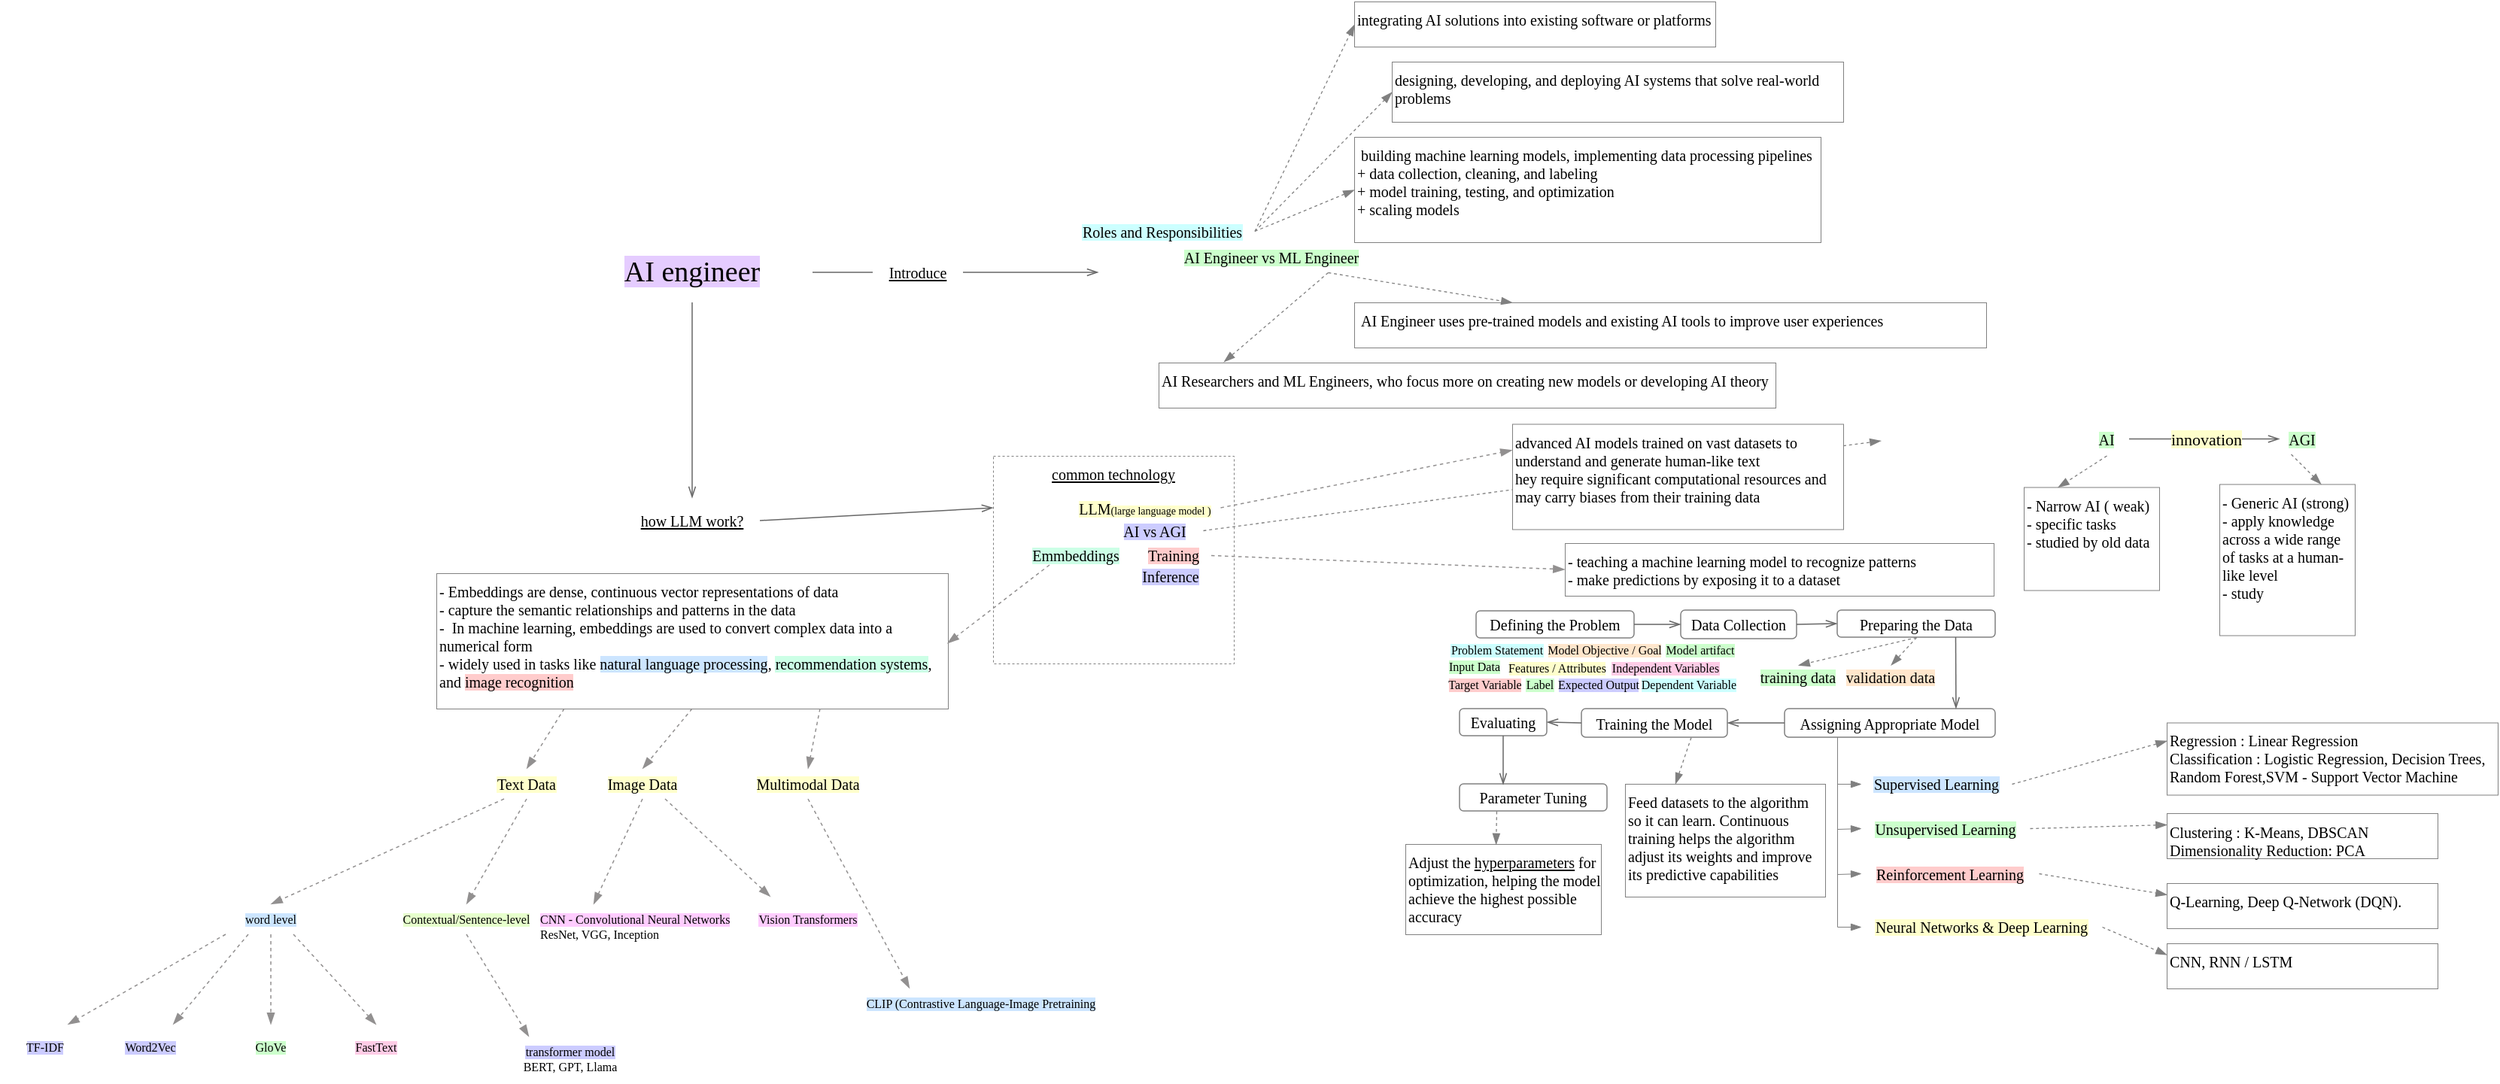
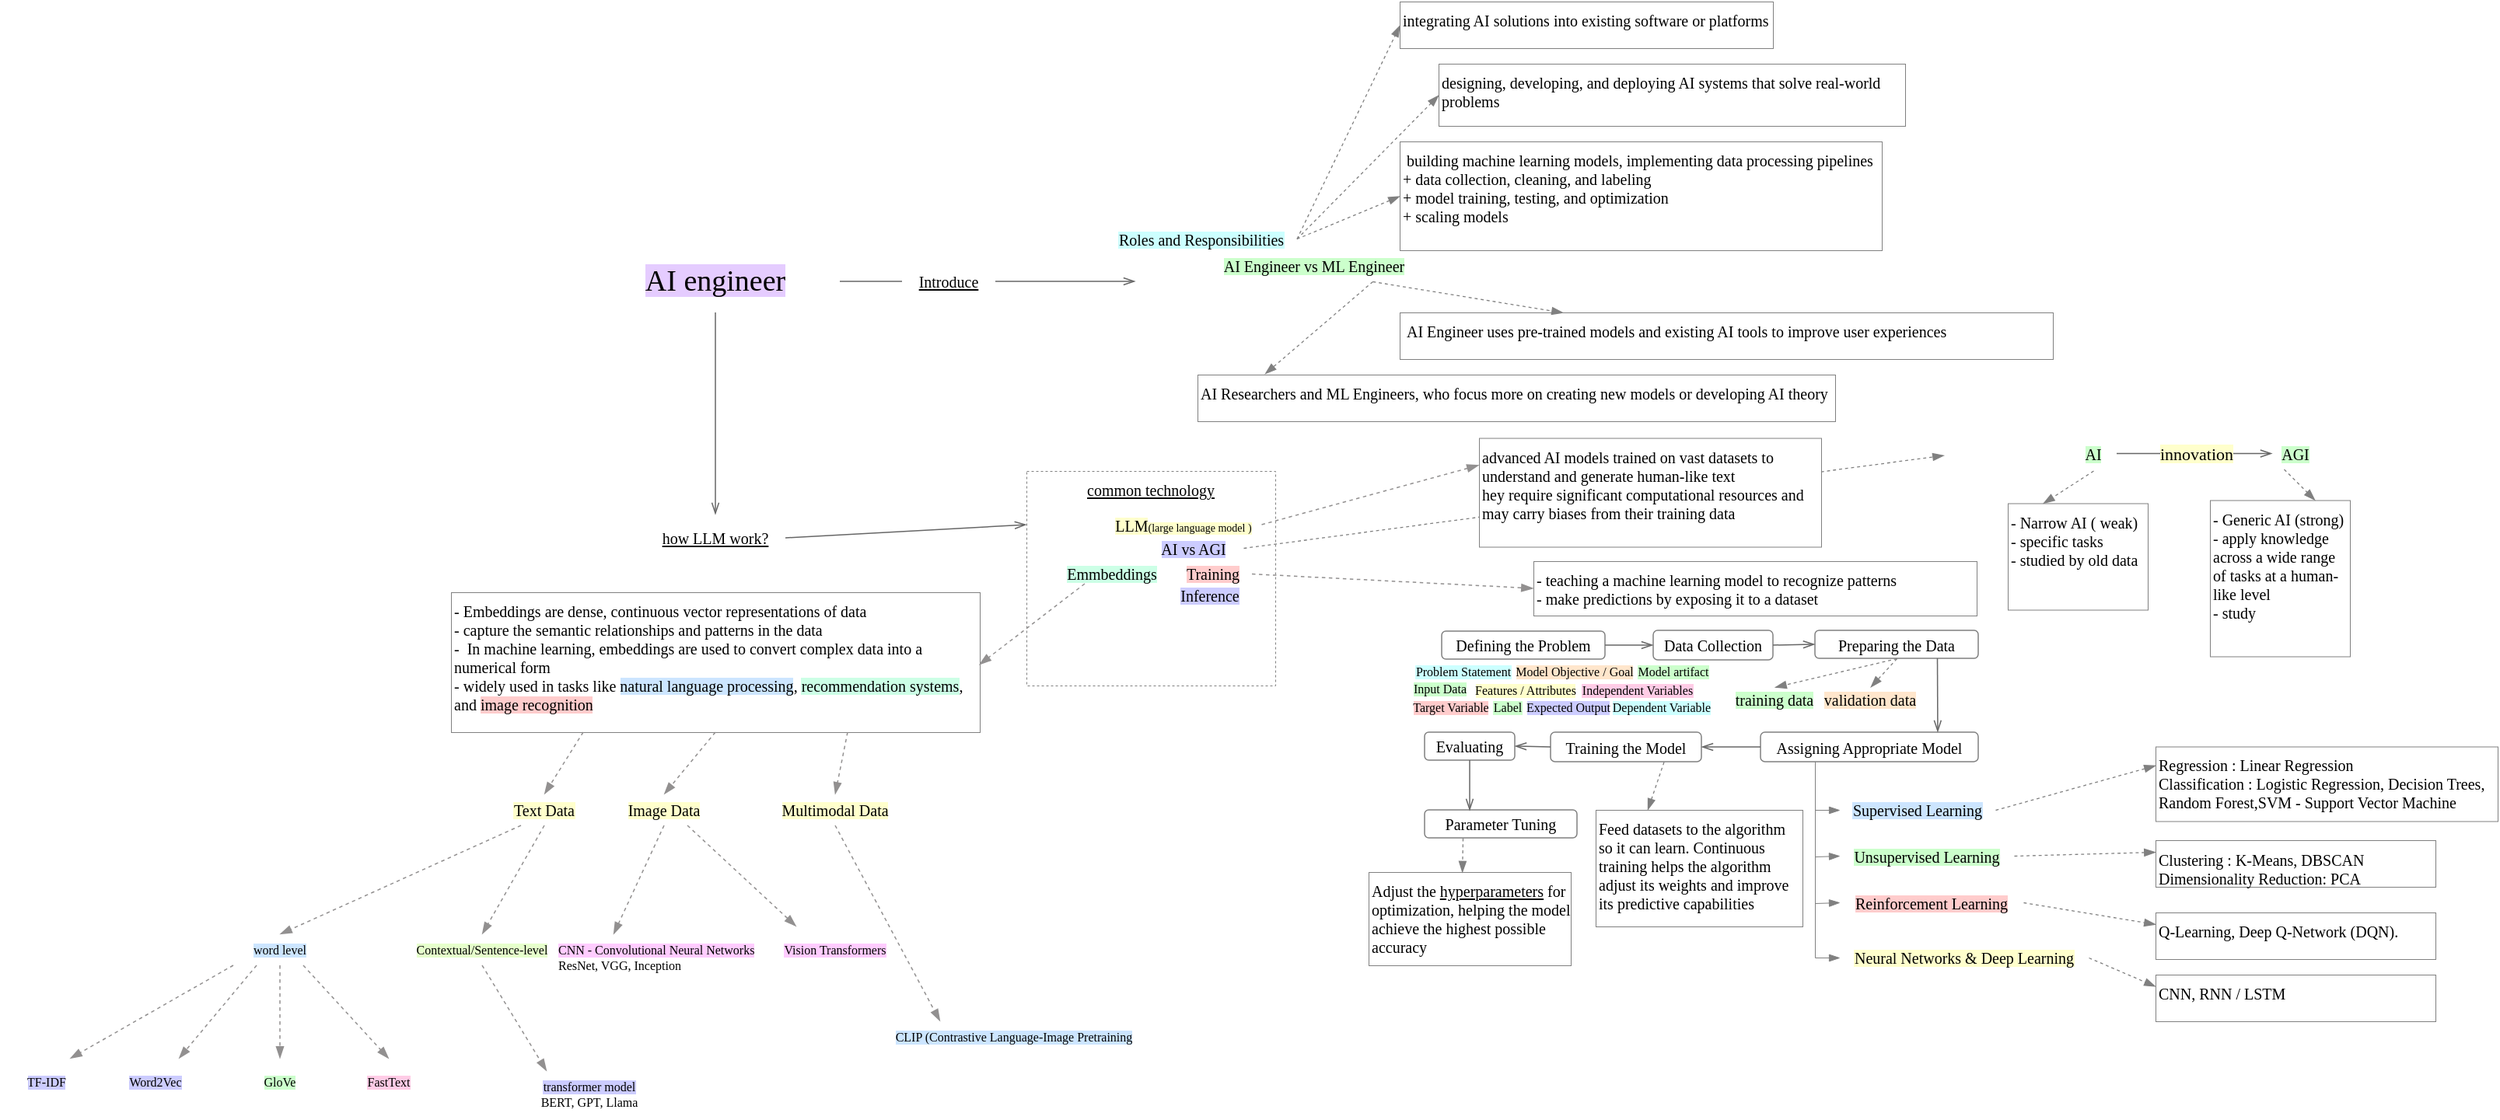
<mxfile host="app.diagrams.net" agent="Mozilla/5.0 (Macintosh; Intel Mac OS X 10_15_7) AppleWebKit/537.36 (KHTML, like Gecko) draw.io/29.3.0 Chrome/140.0.7339.249 Electron/38.7.2 Safari/537.36">
  <diagram name="Page-1" id="n3nyEJ4kgbD7jWuKOy95">
-     <mxGraphModel dx="1141" dy="533" grid="1" gridSize="10" guides="1" tooltips="1" connect="1" arrows="1" fold="1" page="1" pageScale="1" pageWidth="827" pageHeight="1169" math="0" shadow="0">
+     <mxGraphModel dx="1922" dy="897" grid="1" gridSize="10" guides="1" tooltips="1" connect="1" arrows="1" fold="1" page="1" pageScale="1" pageWidth="827" pageHeight="1169" math="0" shadow="0">
      <root>
        <mxCell id="0" />
        <mxCell id="1" parent="0" />
        <mxCell id="48Jv2C9wjBzbgeSbcpPr-1" parent="1" style="text;html=1;whiteSpace=wrap;strokeColor=none;fillColor=none;align=center;verticalAlign=middle;rounded=0;fontFamily=Comic Sans MS;fontSize=19;" value="&lt;span style=&quot;background-color: rgb(229, 204, 255);&quot;&gt;AI engineer&lt;/span&gt;" vertex="1">
          <mxGeometry height="40" width="160" x="400" y="360" as="geometry" />
        </mxCell>
        <mxCell id="48Jv2C9wjBzbgeSbcpPr-3" parent="1" style="text;html=1;whiteSpace=wrap;strokeColor=none;fillColor=none;align=center;verticalAlign=middle;rounded=0;fontFamily=Comic Sans MS;fontSize=10;fontStyle=4" value="how LLM work?" vertex="1">
          <mxGeometry height="30" width="90" x="435" y="530" as="geometry" />
        </mxCell>
        <mxCell id="48Jv2C9wjBzbgeSbcpPr-6" edge="1" parent="1" source="48Jv2C9wjBzbgeSbcpPr-1" style="endArrow=openThin;html=1;rounded=0;strokeWidth=0.75;endFill=0;strokeColor=#666666;exitX=0.5;exitY=1;exitDx=0;exitDy=0;entryX=0.5;entryY=0;entryDx=0;entryDy=0;fontFamily=Comic Sans MS;" target="48Jv2C9wjBzbgeSbcpPr-3" value="">
          <mxGeometry height="50" relative="1" width="50" as="geometry">
            <mxPoint x="390" y="450" as="sourcePoint" />
            <mxPoint x="440" y="400" as="targetPoint" />
          </mxGeometry>
        </mxCell>
        <mxCell id="48Jv2C9wjBzbgeSbcpPr-8" parent="1" style="text;html=1;whiteSpace=wrap;strokeColor=none;fillColor=none;align=center;verticalAlign=middle;rounded=0;fontFamily=Comic Sans MS;fontSize=10;fontStyle=4" value="Introduce" vertex="1">
          <mxGeometry height="30" width="60" x="600" y="365" as="geometry" />
        </mxCell>
        <mxCell id="48Jv2C9wjBzbgeSbcpPr-9" edge="1" parent="1" source="48Jv2C9wjBzbgeSbcpPr-1" style="endArrow=none;html=1;rounded=0;strokeWidth=0.75;endFill=0;strokeColor=#666666;entryX=0;entryY=0.5;entryDx=0;entryDy=0;exitX=1;exitY=0.5;exitDx=0;exitDy=0;fontFamily=Comic Sans MS;" target="48Jv2C9wjBzbgeSbcpPr-8" value="">
          <mxGeometry height="50" relative="1" width="50" as="geometry">
            <mxPoint x="390" y="450" as="sourcePoint" />
            <mxPoint x="440" y="400" as="targetPoint" />
          </mxGeometry>
        </mxCell>
        <mxCell id="48Jv2C9wjBzbgeSbcpPr-11" edge="1" parent="1" source="48Jv2C9wjBzbgeSbcpPr-8" style="endArrow=openThin;html=1;rounded=0;strokeWidth=0.75;endFill=0;strokeColor=#666666;exitX=1;exitY=0.5;exitDx=0;exitDy=0;fontFamily=Comic Sans MS;" value="">
          <mxGeometry height="50" relative="1" width="50" as="geometry">
            <mxPoint x="590" y="450" as="sourcePoint" />
            <mxPoint x="750" y="380" as="targetPoint" />
          </mxGeometry>
        </mxCell>
        <mxCell id="48Jv2C9wjBzbgeSbcpPr-13" parent="1" style="text;html=1;whiteSpace=wrap;strokeColor=none;fillColor=none;align=center;verticalAlign=middle;rounded=0;fontFamily=Comic Sans MS;fontSize=10;" value="&lt;div&gt;&lt;span style=&quot;background-color: rgb(204, 255, 255);&quot;&gt;Roles and Responsibilities&lt;/span&gt;&lt;/div&gt;" vertex="1">
          <mxGeometry height="15" width="122.5" x="731.25" y="345" as="geometry" />
        </mxCell>
        <mxCell id="48Jv2C9wjBzbgeSbcpPr-14" parent="1" style="rounded=0;whiteSpace=wrap;html=1;fontFamily=Comic Sans MS;strokeWidth=0.5;strokeColor=#808080;align=left;verticalAlign=top;fontSize=10;" value="designing, developing, and deploying AI systems that solve real-world problems" vertex="1">
          <mxGeometry height="40" width="300" x="945" y="240" as="geometry" />
        </mxCell>
        <mxCell id="48Jv2C9wjBzbgeSbcpPr-15" parent="1" style="rounded=0;whiteSpace=wrap;html=1;fontFamily=Comic Sans MS;strokeWidth=0.5;strokeColor=#808080;align=left;verticalAlign=top;fontSize=10;" value="&amp;nbsp;building machine learning models, implementing data processing pipelines&lt;div&gt;+&amp;nbsp;data collection, cleaning, and labeling&lt;/div&gt;&lt;div&gt;+&amp;nbsp;model training, testing, and optimization&lt;/div&gt;&lt;div&gt;+&amp;nbsp;scaling models&lt;/div&gt;" vertex="1">
          <mxGeometry height="70" width="310" x="920" y="290" as="geometry" />
        </mxCell>
        <mxCell id="48Jv2C9wjBzbgeSbcpPr-16" parent="1" style="rounded=0;whiteSpace=wrap;html=1;fontFamily=Comic Sans MS;strokeWidth=0.5;strokeColor=#808080;align=left;verticalAlign=top;fontSize=10;" value="integrating AI solutions into existing software or platforms" vertex="1">
          <mxGeometry height="30" width="240" x="920" y="200" as="geometry" />
        </mxCell>
        <mxCell id="48Jv2C9wjBzbgeSbcpPr-17" edge="1" parent="1" source="48Jv2C9wjBzbgeSbcpPr-13" style="endArrow=blockThin;html=1;rounded=0;strokeColor=#808080;endFill=1;strokeWidth=0.65;exitX=1;exitY=0.5;exitDx=0;exitDy=0;entryX=0;entryY=0.5;entryDx=0;entryDy=0;dashed=1;fontFamily=Comic Sans MS;" target="48Jv2C9wjBzbgeSbcpPr-15" value="">
          <mxGeometry height="50" relative="1" width="50" as="geometry">
            <mxPoint x="945" y="330" as="sourcePoint" />
            <mxPoint x="920" y="290" as="targetPoint" />
          </mxGeometry>
        </mxCell>
        <mxCell id="48Jv2C9wjBzbgeSbcpPr-18" edge="1" parent="1" source="48Jv2C9wjBzbgeSbcpPr-13" style="endArrow=blockThin;html=1;rounded=0;strokeColor=#808080;endFill=1;strokeWidth=0.65;exitX=1;exitY=0.5;exitDx=0;exitDy=0;entryX=0;entryY=0.5;entryDx=0;entryDy=0;dashed=1;fontFamily=Comic Sans MS;" target="48Jv2C9wjBzbgeSbcpPr-14" value="">
          <mxGeometry height="50" relative="1" width="50" as="geometry">
            <mxPoint x="945" y="330" as="sourcePoint" />
            <mxPoint x="920" y="290" as="targetPoint" />
          </mxGeometry>
        </mxCell>
        <mxCell id="48Jv2C9wjBzbgeSbcpPr-19" edge="1" parent="1" source="48Jv2C9wjBzbgeSbcpPr-13" style="endArrow=blockThin;html=1;rounded=0;strokeColor=#808080;endFill=1;strokeWidth=0.65;exitX=1;exitY=0.5;exitDx=0;exitDy=0;entryX=0;entryY=0.5;entryDx=0;entryDy=0;dashed=1;fontFamily=Comic Sans MS;" target="48Jv2C9wjBzbgeSbcpPr-16" value="">
          <mxGeometry height="50" relative="1" width="50" as="geometry">
            <mxPoint x="945" y="330" as="sourcePoint" />
            <mxPoint x="920" y="290" as="targetPoint" />
          </mxGeometry>
        </mxCell>
        <mxCell id="48Jv2C9wjBzbgeSbcpPr-20" parent="1" style="text;html=1;whiteSpace=wrap;strokeColor=none;fillColor=none;align=center;verticalAlign=middle;rounded=0;fontFamily=Comic Sans MS;fontSize=10;" value="&lt;span style=&quot;background-color: rgb(204, 255, 204);&quot;&gt;AI Engineer vs ML Engineer&lt;/span&gt;" vertex="1">
          <mxGeometry height="20" width="150" x="790" y="360" as="geometry" />
        </mxCell>
        <mxCell id="48Jv2C9wjBzbgeSbcpPr-21" parent="1" style="rounded=0;whiteSpace=wrap;html=1;fontFamily=Comic Sans MS;strokeWidth=0.5;strokeColor=#808080;align=left;verticalAlign=top;fontSize=10;" value="&amp;nbsp;AI Engineer uses pre-trained models and existing AI tools to improve user experiences" vertex="1">
          <mxGeometry height="30" width="420" x="920" y="400" as="geometry" />
        </mxCell>
        <mxCell id="48Jv2C9wjBzbgeSbcpPr-22" parent="1" style="rounded=0;whiteSpace=wrap;html=1;fontFamily=Comic Sans MS;strokeWidth=0.5;strokeColor=#808080;align=left;verticalAlign=top;fontSize=10;" value="AI Researchers and ML Engineers, who focus more on creating new models or developing AI theory" vertex="1">
          <mxGeometry height="30" width="410" x="790" y="440" as="geometry" />
        </mxCell>
        <mxCell id="48Jv2C9wjBzbgeSbcpPr-23" edge="1" parent="1" source="48Jv2C9wjBzbgeSbcpPr-20" style="endArrow=blockThin;html=1;rounded=0;strokeColor=#808080;endFill=1;strokeWidth=0.65;exitX=0.75;exitY=1;exitDx=0;exitDy=0;entryX=0.25;entryY=0;entryDx=0;entryDy=0;dashed=1;fontFamily=Comic Sans MS;" target="48Jv2C9wjBzbgeSbcpPr-21" value="">
          <mxGeometry height="50" relative="1" width="50" as="geometry">
            <mxPoint x="705" y="330" as="sourcePoint" />
            <mxPoint x="680" y="290" as="targetPoint" />
          </mxGeometry>
        </mxCell>
        <mxCell id="48Jv2C9wjBzbgeSbcpPr-24" edge="1" parent="1" source="48Jv2C9wjBzbgeSbcpPr-20" style="endArrow=blockThin;html=1;rounded=0;strokeColor=#808080;endFill=1;strokeWidth=0.65;exitX=0.75;exitY=1;exitDx=0;exitDy=0;entryX=0.105;entryY=-0.017;entryDx=0;entryDy=0;dashed=1;entryPerimeter=0;fontFamily=Comic Sans MS;" target="48Jv2C9wjBzbgeSbcpPr-22" value="">
          <mxGeometry height="50" relative="1" width="50" as="geometry">
            <mxPoint x="705" y="330" as="sourcePoint" />
            <mxPoint x="680" y="290" as="targetPoint" />
          </mxGeometry>
        </mxCell>
        <mxCell id="48Jv2C9wjBzbgeSbcpPr-25" parent="1" style="rounded=0;whiteSpace=wrap;html=1;fontFamily=Comic Sans MS;strokeWidth=0.5;strokeColor=#808080;align=center;verticalAlign=top;fontSize=10;dashed=1;" value="&lt;u&gt;common technology&lt;/u&gt;&lt;div&gt;&lt;br&gt;&lt;/div&gt;" vertex="1">
          <mxGeometry height="138" width="160" x="680" y="502" as="geometry" />
        </mxCell>
        <mxCell id="48Jv2C9wjBzbgeSbcpPr-27" parent="1" style="text;html=1;whiteSpace=wrap;strokeColor=none;fillColor=none;align=center;verticalAlign=middle;rounded=0;fontFamily=Comic Sans MS;fontSize=10;" value="&lt;span&gt;&lt;span style=&quot;background-color: light-dark(rgb(204, 204, 255), rgb(0, 43, 0));&quot;&gt;AI vs AGI&lt;/span&gt;&lt;br&gt;&lt;/span&gt;" vertex="1">
          <mxGeometry height="10" width="65" x="754.5" y="546.5" as="geometry" />
        </mxCell>
        <mxCell id="48Jv2C9wjBzbgeSbcpPr-28" edge="1" parent="1" source="48Jv2C9wjBzbgeSbcpPr-3" style="endArrow=openThin;html=1;rounded=0;strokeWidth=0.75;endFill=0;strokeColor=#666666;exitX=1;exitY=0.5;exitDx=0;exitDy=0;entryX=0;entryY=0.25;entryDx=0;entryDy=0;fontFamily=Comic Sans MS;" target="48Jv2C9wjBzbgeSbcpPr-25" value="">
          <mxGeometry height="50" relative="1" width="50" as="geometry">
            <mxPoint x="670" y="630" as="sourcePoint" />
            <mxPoint x="720" y="580" as="targetPoint" />
          </mxGeometry>
        </mxCell>
        <mxCell id="48Jv2C9wjBzbgeSbcpPr-31" edge="1" parent="1" source="48Jv2C9wjBzbgeSbcpPr-27" style="endArrow=blockThin;html=1;rounded=0;strokeColor=#808080;endFill=1;strokeWidth=0.65;exitX=1;exitY=0.5;exitDx=0;exitDy=0;dashed=1;fontFamily=Comic Sans MS;entryX=0;entryY=0.5;entryDx=0;entryDy=0;" value="">
          <mxGeometry height="50" relative="1" width="50" as="geometry">
            <mxPoint x="810" y="536" as="sourcePoint" />
            <mxPoint x="1270" y="491.7500000000001" as="targetPoint" />
          </mxGeometry>
        </mxCell>
        <mxCell id="48Jv2C9wjBzbgeSbcpPr-32" parent="1" style="text;html=1;whiteSpace=wrap;strokeColor=none;fillColor=none;align=center;verticalAlign=middle;rounded=0;fontFamily=Comic Sans MS;fontSize=10;" value="&lt;span style=&quot;background-color: rgb(204, 255, 204);&quot;&gt;&lt;span style=&quot;background-color: light-dark(rgb(204, 255, 204), rgb(0, 43, 0));&quot;&gt;AI&lt;/span&gt;&lt;br&gt;&lt;/span&gt;" vertex="1">
-           <mxGeometry height="22" width="30" x="1405" y="479.75" as="geometry" />
+           <mxGeometry height="22" width="30" x="1351" y="479.75" as="geometry" />
        </mxCell>
        <mxCell id="48Jv2C9wjBzbgeSbcpPr-34" parent="1" style="text;html=1;whiteSpace=wrap;strokeColor=none;fillColor=none;align=center;verticalAlign=middle;rounded=0;fontFamily=Comic Sans MS;fontSize=10;" value="&lt;span style=&quot;background-color: rgb(204, 255, 204);&quot;&gt;AGI&lt;/span&gt;" vertex="1">
-           <mxGeometry height="20" width="30" x="1535" y="480.75" as="geometry" />
+           <mxGeometry height="20" width="30" x="1481" y="480.75" as="geometry" />
        </mxCell>
        <mxCell id="48Jv2C9wjBzbgeSbcpPr-35" edge="1" parent="1" source="48Jv2C9wjBzbgeSbcpPr-32" style="endArrow=openThin;html=1;rounded=0;strokeWidth=0.75;endFill=0;strokeColor=#666666;exitX=1;exitY=0.5;exitDx=0;exitDy=0;fontFamily=Comic Sans MS;" target="48Jv2C9wjBzbgeSbcpPr-34" value="">
          <mxGeometry height="50" relative="1" width="50" as="geometry">
-             <mxPoint x="1445" y="612.75" as="sourcePoint" />
-             <mxPoint x="1495" y="562.75" as="targetPoint" />
+             <mxPoint x="1391" y="612.75" as="sourcePoint" />
+             <mxPoint x="1441" y="562.75" as="targetPoint" />
          </mxGeometry>
        </mxCell>
        <mxCell id="48Jv2C9wjBzbgeSbcpPr-36" connectable="0" parent="48Jv2C9wjBzbgeSbcpPr-35" style="edgeLabel;html=1;align=center;verticalAlign=middle;resizable=0;points=[];fontFamily=Comic Sans MS;" value="&lt;span style=&quot;background-color: rgb(255, 255, 204);&quot;&gt;innovation&lt;/span&gt;" vertex="1">
          <mxGeometry relative="1" x="-0.312" as="geometry">
            <mxPoint x="16" as="offset" />
          </mxGeometry>
        </mxCell>
        <mxCell id="48Jv2C9wjBzbgeSbcpPr-37" parent="1" style="rounded=0;whiteSpace=wrap;html=1;fontFamily=Comic Sans MS;strokeWidth=0.5;strokeColor=#808080;align=left;verticalAlign=top;fontSize=10;" value="- Narrow AI ( weak)&lt;div&gt;-&amp;nbsp;specific tasks&lt;/div&gt;&lt;div&gt;- studied by old data&lt;/div&gt;" vertex="1">
-           <mxGeometry height="68.5" width="90" x="1365" y="522.75" as="geometry" />
+           <mxGeometry height="68.5" width="90" x="1311" y="522.75" as="geometry" />
        </mxCell>
        <mxCell id="48Jv2C9wjBzbgeSbcpPr-38" parent="1" style="rounded=0;whiteSpace=wrap;html=1;fontFamily=Comic Sans MS;strokeWidth=0.5;strokeColor=#808080;align=left;verticalAlign=top;fontSize=10;" value="- Generic AI (strong)&lt;div&gt;-&amp;nbsp;apply knowledge across a wide range of tasks at a human-like level&lt;/div&gt;&lt;div&gt;- study&amp;nbsp;&lt;/div&gt;" vertex="1">
-           <mxGeometry height="100.5" width="90" x="1495" y="520.75" as="geometry" />
+           <mxGeometry height="100.5" width="90" x="1441" y="520.75" as="geometry" />
        </mxCell>
        <mxCell id="48Jv2C9wjBzbgeSbcpPr-39" edge="1" parent="1" source="48Jv2C9wjBzbgeSbcpPr-34" style="endArrow=blockThin;html=1;rounded=0;strokeColor=#808080;endFill=1;strokeWidth=0.65;exitX=0.25;exitY=1;exitDx=0;exitDy=0;entryX=0.75;entryY=0;entryDx=0;entryDy=0;dashed=1;" target="48Jv2C9wjBzbgeSbcpPr-38" value="">
          <mxGeometry height="50" relative="1" width="50" as="geometry">
-             <mxPoint x="1510" y="580.75" as="sourcePoint" />
-             <mxPoint x="1485" y="540.75" as="targetPoint" />
+             <mxPoint x="1456" y="580.75" as="sourcePoint" />
+             <mxPoint x="1431" y="540.75" as="targetPoint" />
          </mxGeometry>
        </mxCell>
        <mxCell id="48Jv2C9wjBzbgeSbcpPr-41" edge="1" parent="1" source="48Jv2C9wjBzbgeSbcpPr-32" style="endArrow=blockThin;html=1;rounded=0;strokeColor=#808080;endFill=1;strokeWidth=0.65;exitX=0.5;exitY=1;exitDx=0;exitDy=0;entryX=0.25;entryY=0;entryDx=0;entryDy=0;dashed=1;" target="48Jv2C9wjBzbgeSbcpPr-37" value="">
          <mxGeometry height="50" relative="1" width="50" as="geometry">
-             <mxPoint x="1510" y="582.75" as="sourcePoint" />
-             <mxPoint x="1485" y="542.75" as="targetPoint" />
+             <mxPoint x="1456" y="582.75" as="sourcePoint" />
+             <mxPoint x="1431" y="542.75" as="targetPoint" />
          </mxGeometry>
        </mxCell>
        <mxCell id="4Kx2ZGOmUHy-jwn0eLsE-1" parent="1" style="text;html=1;whiteSpace=wrap;strokeColor=none;fillColor=none;align=center;verticalAlign=middle;rounded=0;" value="&lt;font face=&quot;Comic Sans MS&quot; style=&quot;background-color: rgb(255, 255, 204); font-size: 10px;&quot;&gt;LLM&lt;/font&gt;&lt;span style=&quot;background-color: rgb(255, 255, 204); font-size: 7px; font-family: &amp;quot;Comic Sans MS&amp;quot;; color: light-dark(rgb(0, 0, 0), rgb(255, 255, 255));&quot;&gt;(large language model )&lt;/span&gt;" vertex="1">
          <mxGeometry height="20" width="100" x="731.25" y="526.5" as="geometry" />
        </mxCell>
        <mxCell id="4Kx2ZGOmUHy-jwn0eLsE-2" parent="1" style="rounded=0;whiteSpace=wrap;html=1;align=left;verticalAlign=top;fontFamily=Comic Sans MS;strokeWidth=0.5;fontSize=10;strokeColor=#808080;" value="&lt;div&gt;&lt;div&gt;&lt;span style=&quot;background-color: transparent;&quot;&gt;advanced AI models trained on vast datasets to understand and generate human-like text&lt;/span&gt;&lt;/div&gt;&lt;/div&gt;&lt;div&gt;&lt;span style=&quot;background-color: transparent;&quot;&gt;hey require significant computational resources and may carry biases from their training data&lt;/span&gt;&lt;/div&gt;" vertex="1">
-           <mxGeometry height="70" width="220" x="1025" y="480.75" as="geometry" />
+           <mxGeometry height="70" width="220" x="971" y="480.75" as="geometry" />
        </mxCell>
        <mxCell id="4Kx2ZGOmUHy-jwn0eLsE-3" edge="1" parent="1" source="4Kx2ZGOmUHy-jwn0eLsE-1" style="endArrow=blockThin;html=1;rounded=0;endFill=1;strokeColor=light-dark(#929090, #ededed);strokeWidth=0.75;dashed=1;exitX=1;exitY=0.5;exitDx=0;exitDy=0;entryX=0;entryY=0.25;entryDx=0;entryDy=0;" target="4Kx2ZGOmUHy-jwn0eLsE-2" value="">
          <mxGeometry height="50" relative="1" width="50" as="geometry">
            <mxPoint x="710" y="550" as="sourcePoint" />
            <mxPoint x="760" y="500" as="targetPoint" />
          </mxGeometry>
        </mxCell>
        <mxCell id="4Kx2ZGOmUHy-jwn0eLsE-4" parent="1" style="text;html=1;whiteSpace=wrap;strokeColor=none;fillColor=none;align=center;verticalAlign=middle;rounded=0;fontFamily=Comic Sans MS;fontSize=10;" value="&lt;span&gt;&lt;span style=&quot;background-color: light-dark(rgb(204, 255, 230), rgb(0, 43, 0));&quot;&gt;Emmbeddings&lt;/span&gt;&lt;br&gt;&lt;/span&gt;" vertex="1">
          <mxGeometry height="14" width="70" x="700" y="560.5" as="geometry" />
        </mxCell>
        <mxCell id="4Kx2ZGOmUHy-jwn0eLsE-5" parent="1" style="rounded=0;whiteSpace=wrap;html=1;align=left;verticalAlign=top;fontFamily=Comic Sans MS;strokeWidth=0.5;fontSize=10;strokeColor=#808080;" value="&lt;div&gt;&lt;div&gt;&lt;span style=&quot;background-color: transparent;&quot;&gt;- Embeddings are dense, continuous vector representations of data&lt;/span&gt;&lt;/div&gt;&lt;/div&gt;&lt;div&gt;&lt;span style=&quot;background-color: transparent;&quot;&gt;-&amp;nbsp;&lt;/span&gt;&lt;span style=&quot;background-color: transparent;&quot;&gt;capture the semantic relationships and patterns in the data&lt;/span&gt;&lt;/div&gt;&lt;div&gt;&lt;span style=&quot;background-color: transparent;&quot;&gt;-&amp;nbsp;&lt;/span&gt;&lt;span style=&quot;background-color: transparent;&quot;&gt;&amp;nbsp;In machine learning, embeddings are used to convert complex data into a numerical form&lt;/span&gt;&lt;/div&gt;&lt;div&gt;&lt;span style=&quot;background-color: transparent;&quot;&gt;-&amp;nbsp;&lt;/span&gt;&lt;span style=&quot;background-color: transparent;&quot;&gt;widely used in tasks like &lt;/span&gt;&lt;span style=&quot;background-color: rgb(204, 229, 255);&quot;&gt;natural language processing&lt;/span&gt;&lt;span style=&quot;background-color: transparent;&quot;&gt;, &lt;/span&gt;&lt;span style=&quot;background-color: rgb(204, 255, 230);&quot;&gt;recommendation systems&lt;/span&gt;&lt;span style=&quot;background-color: transparent;&quot;&gt;, and &lt;/span&gt;&lt;span style=&quot;background-color: rgb(255, 204, 204);&quot;&gt;image recognition&lt;/span&gt;&lt;/div&gt;" vertex="1">
          <mxGeometry height="90" width="340" x="310" y="580" as="geometry" />
        </mxCell>
        <mxCell id="4Kx2ZGOmUHy-jwn0eLsE-6" parent="1" style="text;html=1;whiteSpace=wrap;strokeColor=none;fillColor=none;align=center;verticalAlign=middle;rounded=0;fontSize=10;" value="&lt;font face=&quot;Comic Sans MS&quot; style=&quot;background-color: rgb(255, 204, 204);&quot;&gt;Training&lt;/font&gt;" vertex="1">
          <mxGeometry height="13.5" width="50" x="775" y="561.5" as="geometry" />
        </mxCell>
        <mxCell id="4Kx2ZGOmUHy-jwn0eLsE-7" edge="1" parent="1" source="4Kx2ZGOmUHy-jwn0eLsE-4" style="endArrow=blockThin;html=1;rounded=0;endFill=1;strokeColor=light-dark(#929090, #ededed);strokeWidth=0.75;dashed=1;exitX=0.25;exitY=1;exitDx=0;exitDy=0;entryX=0.999;entryY=0.518;entryDx=0;entryDy=0;entryPerimeter=0;" target="4Kx2ZGOmUHy-jwn0eLsE-5" value="">
          <mxGeometry height="50" relative="1" width="50" as="geometry">
            <mxPoint x="620" y="640" as="sourcePoint" />
            <mxPoint x="670" y="590" as="targetPoint" />
          </mxGeometry>
        </mxCell>
        <mxCell id="4Kx2ZGOmUHy-jwn0eLsE-8" parent="1" style="rounded=0;whiteSpace=wrap;html=1;align=left;verticalAlign=top;fontFamily=Comic Sans MS;strokeWidth=0.5;fontSize=10;strokeColor=#808080;" value="&lt;div&gt;&lt;span style=&quot;background-color: transparent; color: light-dark(rgb(0, 0, 0), rgb(255, 255, 255));&quot;&gt;-&amp;nbsp;teaching a machine learning model to recognize patterns&lt;/span&gt;&lt;/div&gt;&lt;div&gt;-&amp;nbsp;make predictions by exposing it to a dataset&lt;/div&gt;" vertex="1">
-           <mxGeometry height="35" width="285" x="1060" y="560" as="geometry" />
+           <mxGeometry height="35" width="285" x="1006" y="560" as="geometry" />
        </mxCell>
        <mxCell id="4Kx2ZGOmUHy-jwn0eLsE-10" edge="1" parent="1" source="4Kx2ZGOmUHy-jwn0eLsE-6" style="endArrow=blockThin;html=1;rounded=0;endFill=1;strokeColor=light-dark(#929090, #ededed);strokeWidth=0.75;dashed=1;exitX=1;exitY=0.5;exitDx=0;exitDy=0;entryX=0;entryY=0.5;entryDx=0;entryDy=0;" target="4Kx2ZGOmUHy-jwn0eLsE-8" value="">
          <mxGeometry height="50" relative="1" width="50" as="geometry">
            <mxPoint x="950" y="590" as="sourcePoint" />
            <mxPoint x="1000" y="540" as="targetPoint" />
          </mxGeometry>
        </mxCell>
        <mxCell id="4Kx2ZGOmUHy-jwn0eLsE-11" parent="1" style="text;html=1;whiteSpace=wrap;strokeColor=none;fillColor=none;align=center;verticalAlign=middle;rounded=0;fontSize=10;" value="&lt;font face=&quot;Comic Sans MS&quot; style=&quot;background-color: rgb(255, 255, 204);&quot;&gt;Text Data&lt;/font&gt;" vertex="1">
          <mxGeometry height="20" width="60" x="340" y="710" as="geometry" />
        </mxCell>
        <mxCell id="4Kx2ZGOmUHy-jwn0eLsE-12" parent="1" style="text;html=1;whiteSpace=wrap;strokeColor=none;fillColor=none;align=center;verticalAlign=middle;rounded=0;fontSize=10;" value="&lt;font face=&quot;Comic Sans MS&quot; style=&quot;background-color: rgb(255, 255, 204);&quot;&gt;Image Data&lt;/font&gt;" vertex="1">
          <mxGeometry height="20" width="60" x="417" y="710" as="geometry" />
        </mxCell>
        <mxCell id="4Kx2ZGOmUHy-jwn0eLsE-13" parent="1" style="text;html=1;whiteSpace=wrap;strokeColor=none;fillColor=none;align=center;verticalAlign=middle;rounded=0;fontSize=10;" value="&lt;font face=&quot;Comic Sans MS&quot; style=&quot;background-color: rgb(255, 255, 204);&quot;&gt;Multimodal&amp;nbsp;Data&lt;/font&gt;" vertex="1">
          <mxGeometry height="20" width="60" x="527" y="710" as="geometry" />
        </mxCell>
        <mxCell id="4Kx2ZGOmUHy-jwn0eLsE-14" edge="1" parent="1" source="4Kx2ZGOmUHy-jwn0eLsE-5" style="endArrow=blockThin;html=1;rounded=0;endFill=1;strokeColor=light-dark(#929090, #ededed);strokeWidth=0.75;dashed=1;entryX=0.5;entryY=0;entryDx=0;entryDy=0;exitX=0.75;exitY=1;exitDx=0;exitDy=0;" target="4Kx2ZGOmUHy-jwn0eLsE-13" value="">
          <mxGeometry height="50" relative="1" width="50" as="geometry">
            <mxPoint x="410" y="700" as="sourcePoint" />
            <mxPoint x="460" y="650" as="targetPoint" />
          </mxGeometry>
        </mxCell>
        <mxCell id="4Kx2ZGOmUHy-jwn0eLsE-15" edge="1" parent="1" source="4Kx2ZGOmUHy-jwn0eLsE-5" style="endArrow=blockThin;html=1;rounded=0;endFill=1;strokeColor=light-dark(#929090, #ededed);strokeWidth=0.75;dashed=1;entryX=0.5;entryY=0;entryDx=0;entryDy=0;exitX=0.5;exitY=1;exitDx=0;exitDy=0;" target="4Kx2ZGOmUHy-jwn0eLsE-12" value="">
          <mxGeometry height="50" relative="1" width="50" as="geometry">
            <mxPoint x="410" y="700" as="sourcePoint" />
            <mxPoint x="460" y="650" as="targetPoint" />
          </mxGeometry>
        </mxCell>
        <mxCell id="4Kx2ZGOmUHy-jwn0eLsE-16" edge="1" parent="1" source="4Kx2ZGOmUHy-jwn0eLsE-5" style="endArrow=blockThin;html=1;rounded=0;endFill=1;strokeColor=light-dark(#929090, #ededed);strokeWidth=0.75;dashed=1;entryX=0.5;entryY=0;entryDx=0;entryDy=0;exitX=0.25;exitY=1;exitDx=0;exitDy=0;" target="4Kx2ZGOmUHy-jwn0eLsE-11" value="">
          <mxGeometry height="50" relative="1" width="50" as="geometry">
            <mxPoint x="410" y="700" as="sourcePoint" />
            <mxPoint x="460" y="650" as="targetPoint" />
          </mxGeometry>
        </mxCell>
        <mxCell id="4Kx2ZGOmUHy-jwn0eLsE-17" parent="1" style="text;html=1;whiteSpace=wrap;strokeColor=none;fillColor=none;align=center;verticalAlign=middle;rounded=0;fontSize=8;" value="&lt;font face=&quot;Comic Sans MS&quot; style=&quot;background-color: rgb(204, 229, 255);&quot;&gt;word level&lt;/font&gt;" vertex="1">
          <mxGeometry height="20" width="60" x="170" y="800" as="geometry" />
        </mxCell>
        <mxCell id="4Kx2ZGOmUHy-jwn0eLsE-18" parent="1" style="text;html=1;whiteSpace=wrap;strokeColor=none;fillColor=none;align=center;verticalAlign=middle;rounded=0;fontSize=8;fontStyle=0" value="&lt;font face=&quot;Comic Sans MS&quot; style=&quot;background-color: rgb(204, 204, 255);&quot;&gt;Word2Vec&lt;/font&gt;" vertex="1">
          <mxGeometry height="30" width="60" x="90" y="879.9999999999995" as="geometry" />
        </mxCell>
        <mxCell id="4Kx2ZGOmUHy-jwn0eLsE-19" parent="1" style="text;html=1;whiteSpace=wrap;strokeColor=none;fillColor=none;align=center;verticalAlign=middle;rounded=0;fontSize=8;fontStyle=0" value="&lt;font face=&quot;Comic Sans MS&quot; style=&quot;background-color: rgb(204, 255, 204);&quot;&gt;GloVe&lt;/font&gt;" vertex="1">
          <mxGeometry height="30" width="60" x="170" y="879.9999999999995" as="geometry" />
        </mxCell>
        <mxCell id="4Kx2ZGOmUHy-jwn0eLsE-20" parent="1" style="text;html=1;whiteSpace=wrap;strokeColor=none;fillColor=none;align=center;verticalAlign=middle;rounded=0;fontSize=8;fontStyle=0" value="&lt;font face=&quot;Comic Sans MS&quot; style=&quot;background-color: rgb(255, 204, 230);&quot;&gt;FastText&lt;/font&gt;" vertex="1">
          <mxGeometry height="30" width="60" x="240" y="879.9999999999995" as="geometry" />
        </mxCell>
        <mxCell id="4Kx2ZGOmUHy-jwn0eLsE-21" edge="1" parent="1" source="4Kx2ZGOmUHy-jwn0eLsE-17" style="endArrow=blockThin;html=1;rounded=0;endFill=1;strokeColor=light-dark(#929090, #ededed);strokeWidth=0.75;dashed=1;exitX=0.75;exitY=1;exitDx=0;exitDy=0;entryX=0.5;entryY=0;entryDx=0;entryDy=0;fontSize=8;" target="4Kx2ZGOmUHy-jwn0eLsE-20" value="">
          <mxGeometry height="50" relative="1" width="50" as="geometry">
            <mxPoint x="270" y="840" as="sourcePoint" />
            <mxPoint x="320" y="790" as="targetPoint" />
          </mxGeometry>
        </mxCell>
        <mxCell id="4Kx2ZGOmUHy-jwn0eLsE-22" edge="1" parent="1" source="4Kx2ZGOmUHy-jwn0eLsE-17" style="endArrow=blockThin;html=1;rounded=0;endFill=1;strokeColor=light-dark(#929090, #ededed);strokeWidth=0.75;dashed=1;exitX=0.5;exitY=1;exitDx=0;exitDy=0;fontSize=8;" target="4Kx2ZGOmUHy-jwn0eLsE-19" value="">
          <mxGeometry height="50" relative="1" width="50" as="geometry">
            <mxPoint x="240" y="840" as="sourcePoint" />
            <mxPoint x="295" y="900" as="targetPoint" />
          </mxGeometry>
        </mxCell>
        <mxCell id="4Kx2ZGOmUHy-jwn0eLsE-23" edge="1" parent="1" source="4Kx2ZGOmUHy-jwn0eLsE-17" style="endArrow=blockThin;html=1;rounded=0;endFill=1;strokeColor=light-dark(#929090, #ededed);strokeWidth=0.75;dashed=1;exitX=0.25;exitY=1;exitDx=0;exitDy=0;entryX=0.75;entryY=0;entryDx=0;entryDy=0;fontSize=8;" target="4Kx2ZGOmUHy-jwn0eLsE-18" value="">
          <mxGeometry height="50" relative="1" width="50" as="geometry">
            <mxPoint x="190" y="830" as="sourcePoint" />
            <mxPoint x="190" y="890" as="targetPoint" />
          </mxGeometry>
        </mxCell>
        <mxCell id="4Kx2ZGOmUHy-jwn0eLsE-24" parent="1" style="text;html=1;whiteSpace=wrap;strokeColor=none;fillColor=none;align=center;verticalAlign=middle;rounded=0;fontSize=8;" value="&lt;font face=&quot;Comic Sans MS&quot; style=&quot;background-color: rgb(230, 255, 204);&quot;&gt;Contextual/Sentence-level&lt;/font&gt;" vertex="1">
          <mxGeometry height="20" width="140" x="260" y="800" as="geometry" />
        </mxCell>
        <mxCell id="4Kx2ZGOmUHy-jwn0eLsE-25" parent="1" style="text;html=1;whiteSpace=wrap;strokeColor=none;fillColor=none;align=center;verticalAlign=middle;rounded=0;fontSize=8;" value="&lt;font face=&quot;Comic Sans MS&quot;&gt;&lt;span style=&quot;background-color: rgb(204, 204, 255);&quot;&gt;transformer model&lt;/span&gt;&lt;br&gt;&lt;font&gt;BERT, GPT, Llama&lt;/font&gt;&lt;/font&gt;" vertex="1">
          <mxGeometry height="30" width="110" x="344" y="888" as="geometry" />
        </mxCell>
        <mxCell id="4Kx2ZGOmUHy-jwn0eLsE-26" edge="1" parent="1" source="4Kx2ZGOmUHy-jwn0eLsE-24" style="endArrow=blockThin;html=1;rounded=0;endFill=1;strokeColor=light-dark(#929090, #ededed);strokeWidth=0.75;dashed=1;entryX=0.25;entryY=0;entryDx=0;entryDy=0;exitX=0.5;exitY=1;exitDx=0;exitDy=0;fontSize=8;" target="4Kx2ZGOmUHy-jwn0eLsE-25" value="">
          <mxGeometry height="50" relative="1" width="50" as="geometry">
            <mxPoint x="360" y="890" as="sourcePoint" />
            <mxPoint x="410" y="840" as="targetPoint" />
          </mxGeometry>
        </mxCell>
        <mxCell id="4Kx2ZGOmUHy-jwn0eLsE-27" edge="1" parent="1" source="4Kx2ZGOmUHy-jwn0eLsE-11" style="endArrow=blockThin;html=1;rounded=0;endFill=1;strokeColor=light-dark(#929090, #ededed);strokeWidth=0.75;dashed=1;exitX=0.25;exitY=1;exitDx=0;exitDy=0;entryX=0.5;entryY=0;entryDx=0;entryDy=0;" target="4Kx2ZGOmUHy-jwn0eLsE-17" value="">
          <mxGeometry height="50" relative="1" width="50" as="geometry">
            <mxPoint x="330" y="900" as="sourcePoint" />
            <mxPoint x="380" y="850" as="targetPoint" />
          </mxGeometry>
        </mxCell>
        <mxCell id="4Kx2ZGOmUHy-jwn0eLsE-28" edge="1" parent="1" source="4Kx2ZGOmUHy-jwn0eLsE-11" style="endArrow=blockThin;html=1;rounded=0;endFill=1;strokeColor=light-dark(#929090, #ededed);strokeWidth=0.75;dashed=1;entryX=0.5;entryY=0;entryDx=0;entryDy=0;exitX=0.5;exitY=1;exitDx=0;exitDy=0;" target="4Kx2ZGOmUHy-jwn0eLsE-24" value="">
          <mxGeometry height="50" relative="1" width="50" as="geometry">
            <mxPoint x="330" y="900" as="sourcePoint" />
            <mxPoint x="380" y="850" as="targetPoint" />
          </mxGeometry>
        </mxCell>
        <mxCell id="4Kx2ZGOmUHy-jwn0eLsE-29" parent="1" style="text;html=1;whiteSpace=wrap;strokeColor=none;fillColor=none;align=left;verticalAlign=middle;rounded=0;fontSize=8;" value="&lt;font face=&quot;Comic Sans MS&quot;&gt;&lt;span style=&quot;background-color: rgb(255, 204, 255);&quot;&gt;CNN - Convolutional Neural Networks&lt;/span&gt;&lt;br&gt;&lt;span&gt;ResNet, VGG, Inception&lt;/span&gt;&lt;/font&gt;" vertex="1">
          <mxGeometry height="30" width="150" x="377" y="800" as="geometry" />
        </mxCell>
        <mxCell id="4Kx2ZGOmUHy-jwn0eLsE-30" parent="1" style="text;html=1;whiteSpace=wrap;strokeColor=none;fillColor=none;align=center;verticalAlign=middle;rounded=0;fontSize=8;" value="&lt;font face=&quot;Comic Sans MS&quot; style=&quot;background-color: rgb(255, 204, 255);&quot;&gt;Vision Transformers&lt;/font&gt;" vertex="1">
          <mxGeometry height="30" width="100" x="507" y="795" as="geometry" />
        </mxCell>
        <mxCell id="4Kx2ZGOmUHy-jwn0eLsE-31" edge="1" parent="1" source="4Kx2ZGOmUHy-jwn0eLsE-12" style="endArrow=blockThin;html=1;rounded=0;endFill=1;strokeColor=light-dark(#929090, #ededed);strokeWidth=0.75;dashed=1;exitX=0.5;exitY=1;exitDx=0;exitDy=0;entryX=0.25;entryY=0;entryDx=0;entryDy=0;" target="4Kx2ZGOmUHy-jwn0eLsE-29" value="">
          <mxGeometry height="50" relative="1" width="50" as="geometry">
            <mxPoint x="367" y="890" as="sourcePoint" />
            <mxPoint x="417" y="840" as="targetPoint" />
          </mxGeometry>
        </mxCell>
        <mxCell id="4Kx2ZGOmUHy-jwn0eLsE-32" edge="1" parent="1" source="4Kx2ZGOmUHy-jwn0eLsE-12" style="endArrow=blockThin;html=1;rounded=0;endFill=1;strokeColor=light-dark(#929090, #ededed);strokeWidth=0.75;dashed=1;entryX=0.25;entryY=0;entryDx=0;entryDy=0;exitX=0.75;exitY=1;exitDx=0;exitDy=0;" target="4Kx2ZGOmUHy-jwn0eLsE-30" value="">
          <mxGeometry height="50" relative="1" width="50" as="geometry">
            <mxPoint x="367" y="890" as="sourcePoint" />
            <mxPoint x="417" y="840" as="targetPoint" />
          </mxGeometry>
        </mxCell>
        <mxCell id="4Kx2ZGOmUHy-jwn0eLsE-33" parent="1" style="text;html=1;whiteSpace=wrap;strokeColor=none;fillColor=none;align=center;verticalAlign=middle;rounded=0;fontSize=8;" value="&lt;font face=&quot;Comic Sans MS&quot; style=&quot;background-color: rgb(204, 229, 255);&quot;&gt;CLIP (Contrastive Language-Image Pretraining&lt;/font&gt;" vertex="1">
          <mxGeometry height="20" width="190" x="577" y="856" as="geometry" />
        </mxCell>
        <mxCell id="4Kx2ZGOmUHy-jwn0eLsE-34" edge="1" parent="1" source="4Kx2ZGOmUHy-jwn0eLsE-13" style="endArrow=blockThin;html=1;rounded=0;endFill=1;strokeColor=light-dark(#929090, #ededed);strokeWidth=0.75;dashed=1;entryX=0.25;entryY=0;entryDx=0;entryDy=0;exitX=0.5;exitY=1;exitDx=0;exitDy=0;" target="4Kx2ZGOmUHy-jwn0eLsE-33" value="">
          <mxGeometry height="50" relative="1" width="50" as="geometry">
            <mxPoint x="347" y="780" as="sourcePoint" />
            <mxPoint x="397" y="730" as="targetPoint" />
          </mxGeometry>
        </mxCell>
        <mxCell id="4Kx2ZGOmUHy-jwn0eLsE-35" parent="1" style="text;html=1;whiteSpace=wrap;strokeColor=none;fillColor=none;align=center;verticalAlign=middle;rounded=0;fontSize=8;fontStyle=0" value="&lt;font face=&quot;Comic Sans MS&quot; style=&quot;background-color: rgb(204, 204, 255);&quot;&gt;TF-IDF&lt;/font&gt;" vertex="1">
          <mxGeometry height="30" width="60" x="20" y="880" as="geometry" />
        </mxCell>
        <mxCell id="4Kx2ZGOmUHy-jwn0eLsE-36" edge="1" parent="1" source="4Kx2ZGOmUHy-jwn0eLsE-17" style="endArrow=blockThin;html=1;rounded=0;endFill=1;strokeColor=light-dark(#929090, #ededed);strokeWidth=0.75;dashed=1;exitX=0;exitY=1;exitDx=0;exitDy=0;entryX=0.75;entryY=0;entryDx=0;entryDy=0;" target="4Kx2ZGOmUHy-jwn0eLsE-35" value="">
          <mxGeometry height="50" relative="1" width="50" as="geometry">
            <mxPoint x="140" y="780" as="sourcePoint" />
            <mxPoint x="190" y="730" as="targetPoint" />
          </mxGeometry>
        </mxCell>
        <mxCell id="V7DRn1bYesRj_FAgbpVT-1" parent="1" style="rounded=1;whiteSpace=wrap;html=1;strokeColor=#808080;fontFamily=Comic Sans MS;strokeWidth=0.75;fontSize=10;" value="Defining the Problem" vertex="1">
-           <mxGeometry height="18" width="105" x="1001" y="605" as="geometry" />
+           <mxGeometry height="18" width="105" x="947" y="605" as="geometry" />
        </mxCell>
        <mxCell id="V7DRn1bYesRj_FAgbpVT-5" parent="1" style="rounded=1;whiteSpace=wrap;html=1;strokeColor=#808080;fontFamily=Comic Sans MS;strokeWidth=0.75;fontSize=10;" value="Data Collection" vertex="1">
-           <mxGeometry height="19" width="77" x="1137" y="604.5" as="geometry" />
+           <mxGeometry height="19" width="77" x="1083" y="604.5" as="geometry" />
        </mxCell>
        <mxCell id="V7DRn1bYesRj_FAgbpVT-7" parent="1" style="rounded=1;whiteSpace=wrap;html=1;strokeColor=#808080;fontFamily=Comic Sans MS;strokeWidth=0.75;fontSize=10;" value="Preparing the Data" vertex="1">
-           <mxGeometry height="18" width="105" x="1241" y="604.5" as="geometry" />
+           <mxGeometry height="18" width="105" x="1187" y="604.5" as="geometry" />
        </mxCell>
        <mxCell id="V7DRn1bYesRj_FAgbpVT-8" parent="1" style="rounded=1;whiteSpace=wrap;html=1;strokeColor=#808080;fontFamily=Comic Sans MS;strokeWidth=0.75;fontSize=10;" value="Assigning Appropriate Model" vertex="1">
-           <mxGeometry height="19" width="140" x="1206" y="670" as="geometry" />
+           <mxGeometry height="19" width="140" x="1152" y="670" as="geometry" />
        </mxCell>
        <mxCell id="V7DRn1bYesRj_FAgbpVT-9" parent="1" style="rounded=1;whiteSpace=wrap;html=1;strokeColor=#808080;fontFamily=Comic Sans MS;strokeWidth=0.75;fontSize=10;" value="Training the Model" vertex="1">
-           <mxGeometry height="19" width="97" x="1071" y="670" as="geometry" />
+           <mxGeometry height="19" width="97" x="1017" y="670" as="geometry" />
        </mxCell>
        <mxCell id="V7DRn1bYesRj_FAgbpVT-10" parent="1" style="rounded=1;whiteSpace=wrap;html=1;strokeColor=#808080;fontFamily=Comic Sans MS;strokeWidth=0.75;fontSize=10;" value="Evaluating" vertex="1">
-           <mxGeometry height="18" width="58" x="990" y="670" as="geometry" />
+           <mxGeometry height="18" width="58" x="936" y="670" as="geometry" />
        </mxCell>
        <mxCell id="V7DRn1bYesRj_FAgbpVT-11" parent="1" style="rounded=1;whiteSpace=wrap;html=1;strokeColor=#808080;fontFamily=Comic Sans MS;strokeWidth=0.75;fontSize=10;" value="Parameter Tuning" vertex="1">
-           <mxGeometry height="18" width="98" x="990" y="720" as="geometry" />
+           <mxGeometry height="18" width="98" x="936" y="720" as="geometry" />
        </mxCell>
        <mxCell id="V7DRn1bYesRj_FAgbpVT-12" edge="1" parent="1" source="V7DRn1bYesRj_FAgbpVT-1" style="endArrow=openThin;html=1;rounded=0;strokeWidth=0.75;endFill=0;strokeColor=#666666;entryX=0;entryY=0.5;entryDx=0;entryDy=0;exitX=1;exitY=0.5;exitDx=0;exitDy=0;" target="V7DRn1bYesRj_FAgbpVT-5" value="">
          <mxGeometry height="50" relative="1" width="50" as="geometry">
-             <mxPoint x="1075" y="695" as="sourcePoint" />
-             <mxPoint x="1125" y="645" as="targetPoint" />
+             <mxPoint x="1021" y="695" as="sourcePoint" />
+             <mxPoint x="1071" y="645" as="targetPoint" />
          </mxGeometry>
        </mxCell>
        <mxCell id="V7DRn1bYesRj_FAgbpVT-13" edge="1" parent="1" source="V7DRn1bYesRj_FAgbpVT-5" style="endArrow=openThin;html=1;rounded=0;strokeWidth=0.75;endFill=0;strokeColor=#666666;entryX=0;entryY=0.5;entryDx=0;entryDy=0;exitX=1;exitY=0.5;exitDx=0;exitDy=0;" target="V7DRn1bYesRj_FAgbpVT-7" value="">
          <mxGeometry height="50" relative="1" width="50" as="geometry">
-             <mxPoint x="1075" y="695" as="sourcePoint" />
-             <mxPoint x="1125" y="645" as="targetPoint" />
+             <mxPoint x="1021" y="695" as="sourcePoint" />
+             <mxPoint x="1071" y="645" as="targetPoint" />
          </mxGeometry>
        </mxCell>
        <mxCell id="V7DRn1bYesRj_FAgbpVT-14" edge="1" parent="1" source="V7DRn1bYesRj_FAgbpVT-7" style="endArrow=openThin;html=1;rounded=0;strokeWidth=0.75;endFill=0;strokeColor=#666666;exitX=0.75;exitY=1;exitDx=0;exitDy=0;entryX=0.814;entryY=0;entryDx=0;entryDy=0;entryPerimeter=0;" target="V7DRn1bYesRj_FAgbpVT-8" value="">
          <mxGeometry height="50" relative="1" width="50" as="geometry">
-             <mxPoint x="1299" y="652" as="sourcePoint" />
-             <mxPoint x="1349" y="602" as="targetPoint" />
+             <mxPoint x="1245" y="652" as="sourcePoint" />
+             <mxPoint x="1295" y="602" as="targetPoint" />
          </mxGeometry>
        </mxCell>
        <mxCell id="V7DRn1bYesRj_FAgbpVT-15" edge="1" parent="1" source="V7DRn1bYesRj_FAgbpVT-8" style="endArrow=openThin;html=1;rounded=0;strokeWidth=0.75;endFill=0;strokeColor=#666666;exitX=0;exitY=0.5;exitDx=0;exitDy=0;entryX=1;entryY=0.5;entryDx=0;entryDy=0;" target="V7DRn1bYesRj_FAgbpVT-9" value="">
          <mxGeometry height="50" relative="1" width="50" as="geometry">
-             <mxPoint x="1140" y="652" as="sourcePoint" />
-             <mxPoint x="1190" y="602" as="targetPoint" />
+             <mxPoint x="1086" y="652" as="sourcePoint" />
+             <mxPoint x="1136" y="602" as="targetPoint" />
          </mxGeometry>
        </mxCell>
        <mxCell id="V7DRn1bYesRj_FAgbpVT-16" edge="1" parent="1" source="V7DRn1bYesRj_FAgbpVT-9" style="endArrow=openThin;html=1;rounded=0;strokeWidth=0.75;endFill=0;strokeColor=#666666;exitX=0;exitY=0.5;exitDx=0;exitDy=0;entryX=1;entryY=0.5;entryDx=0;entryDy=0;" target="V7DRn1bYesRj_FAgbpVT-10" value="">
          <mxGeometry height="50" relative="1" width="50" as="geometry">
-             <mxPoint x="1004" y="652" as="sourcePoint" />
-             <mxPoint x="1054" y="602" as="targetPoint" />
+             <mxPoint x="950" y="652" as="sourcePoint" />
+             <mxPoint x="1000" y="602" as="targetPoint" />
          </mxGeometry>
        </mxCell>
        <mxCell id="V7DRn1bYesRj_FAgbpVT-17" edge="1" parent="1" source="V7DRn1bYesRj_FAgbpVT-10" style="endArrow=openThin;html=1;rounded=0;strokeWidth=0.75;endFill=0;strokeColor=#666666;entryX=0.296;entryY=0.028;entryDx=0;entryDy=0;entryPerimeter=0;exitX=0.5;exitY=1;exitDx=0;exitDy=0;" target="V7DRn1bYesRj_FAgbpVT-11" value="">
          <mxGeometry height="50" relative="1" width="50" as="geometry">
-             <mxPoint x="965" y="614" as="sourcePoint" />
-             <mxPoint x="1015" y="564" as="targetPoint" />
+             <mxPoint x="911" y="614" as="sourcePoint" />
+             <mxPoint x="961" y="564" as="targetPoint" />
          </mxGeometry>
        </mxCell>
        <mxCell id="V7DRn1bYesRj_FAgbpVT-18" parent="1" style="text;html=1;whiteSpace=wrap;strokeColor=none;fillColor=none;align=center;verticalAlign=middle;rounded=0;fontFamily=Comic Sans MS;fontSize=10;" value="&lt;span style=&quot;background-color: rgb(204, 255, 204);&quot;&gt;training data&lt;/span&gt;" vertex="1">
-           <mxGeometry height="15" width="60" x="1185" y="641" as="geometry" />
+           <mxGeometry height="15" width="60" x="1131" y="641" as="geometry" />
        </mxCell>
        <mxCell id="V7DRn1bYesRj_FAgbpVT-19" parent="1" style="text;html=1;whiteSpace=wrap;strokeColor=none;fillColor=none;align=center;verticalAlign=middle;rounded=0;fontFamily=Comic Sans MS;fontSize=10;" value="&lt;span style=&quot;background-color: rgb(255, 230, 204);&quot;&gt;validation data&lt;/span&gt;" vertex="1">
-           <mxGeometry height="15" width="69" x="1242" y="641" as="geometry" />
+           <mxGeometry height="15" width="69" x="1188" y="641" as="geometry" />
        </mxCell>
        <mxCell id="V7DRn1bYesRj_FAgbpVT-20" edge="1" parent="1" source="V7DRn1bYesRj_FAgbpVT-7" style="endArrow=blockThin;html=1;rounded=0;strokeColor=#808080;endFill=1;strokeWidth=0.65;exitX=0.5;exitY=1;exitDx=0;exitDy=0;entryX=0.5;entryY=0;entryDx=0;entryDy=0;dashed=1;" target="V7DRn1bYesRj_FAgbpVT-19" value="">
          <mxGeometry height="50" relative="1" width="50" as="geometry">
-             <mxPoint x="1159" y="571" as="sourcePoint" />
-             <mxPoint x="1134" y="531" as="targetPoint" />
+             <mxPoint x="1105" y="571" as="sourcePoint" />
+             <mxPoint x="1080" y="531" as="targetPoint" />
          </mxGeometry>
        </mxCell>
        <mxCell id="V7DRn1bYesRj_FAgbpVT-21" edge="1" parent="1" source="V7DRn1bYesRj_FAgbpVT-7" style="endArrow=blockThin;html=1;rounded=0;strokeColor=#808080;endFill=1;strokeWidth=0.65;exitX=0.5;exitY=1;exitDx=0;exitDy=0;entryX=0.5;entryY=0;entryDx=0;entryDy=0;dashed=1;" target="V7DRn1bYesRj_FAgbpVT-18" value="">
          <mxGeometry height="50" relative="1" width="50" as="geometry">
-             <mxPoint x="1159" y="571" as="sourcePoint" />
-             <mxPoint x="1134" y="531" as="targetPoint" />
+             <mxPoint x="1105" y="571" as="sourcePoint" />
+             <mxPoint x="1080" y="531" as="targetPoint" />
          </mxGeometry>
        </mxCell>
        <mxCell id="V7DRn1bYesRj_FAgbpVT-22" parent="1" style="text;html=1;whiteSpace=wrap;strokeColor=none;fillColor=none;align=center;verticalAlign=middle;rounded=0;fontFamily=Comic Sans MS;fontSize=10;" value="&lt;span style=&quot;background-color: rgb(204, 229, 255);&quot;&gt;Supervised Learning&lt;/span&gt;" vertex="1">
-           <mxGeometry height="18" width="100" x="1257" y="711" as="geometry" />
+           <mxGeometry height="18" width="100" x="1203" y="711" as="geometry" />
        </mxCell>
        <mxCell id="V7DRn1bYesRj_FAgbpVT-23" parent="1" style="text;html=1;whiteSpace=wrap;strokeColor=none;fillColor=none;align=center;verticalAlign=middle;rounded=0;fontFamily=Comic Sans MS;fontSize=10;" value="&lt;span style=&quot;background-color: rgb(204, 255, 204);&quot;&gt;Unsupervised Learning&lt;/span&gt;" vertex="1">
-           <mxGeometry height="21" width="112" x="1257" y="739" as="geometry" />
+           <mxGeometry height="21" width="112" x="1203" y="739" as="geometry" />
        </mxCell>
        <mxCell id="V7DRn1bYesRj_FAgbpVT-24" parent="1" style="text;html=1;whiteSpace=wrap;strokeColor=none;fillColor=none;align=center;verticalAlign=middle;rounded=0;fontFamily=Comic Sans MS;fontSize=10;" value="&lt;span style=&quot;background-color: rgb(255, 204, 204);&quot;&gt;Reinforcement Learning&lt;/span&gt;" vertex="1">
-           <mxGeometry height="19" width="118" x="1257" y="770" as="geometry" />
+           <mxGeometry height="19" width="118" x="1203" y="770" as="geometry" />
        </mxCell>
        <mxCell id="V7DRn1bYesRj_FAgbpVT-25" parent="1" style="text;html=1;whiteSpace=wrap;strokeColor=none;fillColor=none;align=center;verticalAlign=middle;rounded=0;fontFamily=Comic Sans MS;fontSize=10;" value="&lt;span style=&quot;background-color: rgb(255, 255, 204);&quot;&gt;Neural Networks &amp;amp; Deep Learning&lt;/span&gt;" vertex="1">
-           <mxGeometry height="18" width="160" x="1257" y="806" as="geometry" />
+           <mxGeometry height="18" width="160" x="1203" y="806" as="geometry" />
        </mxCell>
        <mxCell id="V7DRn1bYesRj_FAgbpVT-26" edge="1" parent="1" source="V7DRn1bYesRj_FAgbpVT-8" style="endArrow=blockThin;html=1;rounded=0;strokeColor=#808080;endFill=1;strokeWidth=0.5;exitX=0.25;exitY=1;exitDx=0;exitDy=0;entryX=0;entryY=0.5;entryDx=0;entryDy=0;" target="V7DRn1bYesRj_FAgbpVT-22" value="">
          <mxGeometry height="50" relative="1" width="50" as="geometry">
            <Array as="points">
-               <mxPoint x="1241" y="720" />
+               <mxPoint x="1187" y="720" />
            </Array>
-             <mxPoint x="1223" y="744" as="sourcePoint" />
-             <mxPoint x="1327" y="654" as="targetPoint" />
+             <mxPoint x="1169" y="744" as="sourcePoint" />
+             <mxPoint x="1273" y="654" as="targetPoint" />
          </mxGeometry>
        </mxCell>
        <mxCell id="V7DRn1bYesRj_FAgbpVT-27" edge="1" parent="1" source="V7DRn1bYesRj_FAgbpVT-8" style="endArrow=blockThin;html=1;rounded=0;strokeColor=#808080;endFill=1;strokeWidth=0.5;entryX=0;entryY=0.5;entryDx=0;entryDy=0;exitX=0.25;exitY=1;exitDx=0;exitDy=0;" target="V7DRn1bYesRj_FAgbpVT-23" value="">
          <mxGeometry height="50" relative="1" width="50" as="geometry">
            <Array as="points">
-               <mxPoint x="1241" y="750" />
+               <mxPoint x="1187" y="750" />
            </Array>
-             <mxPoint x="1240" y="690" as="sourcePoint" />
-             <mxPoint x="1314" y="650" as="targetPoint" />
+             <mxPoint x="1186" y="690" as="sourcePoint" />
+             <mxPoint x="1260" y="650" as="targetPoint" />
          </mxGeometry>
        </mxCell>
        <mxCell id="V7DRn1bYesRj_FAgbpVT-28" edge="1" parent="1" source="V7DRn1bYesRj_FAgbpVT-8" style="endArrow=blockThin;html=1;rounded=0;strokeColor=#808080;endFill=1;strokeWidth=0.5;exitX=0.25;exitY=1;exitDx=0;exitDy=0;entryX=0;entryY=0.5;entryDx=0;entryDy=0;" target="V7DRn1bYesRj_FAgbpVT-24" value="">
          <mxGeometry height="50" relative="1" width="50" as="geometry">
            <Array as="points">
-               <mxPoint x="1241" y="780" />
+               <mxPoint x="1187" y="780" />
            </Array>
-             <mxPoint x="1230" y="790" as="sourcePoint" />
-             <mxPoint x="1334" y="700" as="targetPoint" />
+             <mxPoint x="1176" y="790" as="sourcePoint" />
+             <mxPoint x="1280" y="700" as="targetPoint" />
          </mxGeometry>
        </mxCell>
        <mxCell id="V7DRn1bYesRj_FAgbpVT-31" edge="1" parent="1" source="V7DRn1bYesRj_FAgbpVT-8" style="endArrow=blockThin;html=1;rounded=0;strokeColor=#808080;endFill=1;strokeWidth=0.5;exitX=0.25;exitY=1;exitDx=0;exitDy=0;entryX=0;entryY=0.5;entryDx=0;entryDy=0;" target="V7DRn1bYesRj_FAgbpVT-25" value="">
          <mxGeometry height="50" relative="1" width="50" as="geometry">
            <Array as="points">
-               <mxPoint x="1241" y="815" />
+               <mxPoint x="1187" y="815" />
            </Array>
-             <mxPoint x="1190" y="790" as="sourcePoint" />
-             <mxPoint x="1294" y="700" as="targetPoint" />
+             <mxPoint x="1136" y="790" as="sourcePoint" />
+             <mxPoint x="1240" y="700" as="targetPoint" />
          </mxGeometry>
        </mxCell>
        <mxCell id="V7DRn1bYesRj_FAgbpVT-33" parent="1" style="rounded=0;whiteSpace=wrap;html=1;fontFamily=Comic Sans MS;strokeWidth=0.5;strokeColor=#808080;align=left;verticalAlign=top;fontSize=10;" value="CNN,&amp;nbsp;RNN / LSTM" vertex="1">
-           <mxGeometry height="30" width="180" x="1460" y="826" as="geometry" />
+           <mxGeometry height="30" width="180" x="1406" y="826" as="geometry" />
        </mxCell>
        <mxCell id="V7DRn1bYesRj_FAgbpVT-35" parent="1" style="rounded=0;whiteSpace=wrap;html=1;fontFamily=Comic Sans MS;strokeWidth=0.5;strokeColor=#808080;align=left;verticalAlign=top;fontSize=10;" value="Q-Learning, Deep Q-Network (DQN)." vertex="1">
-           <mxGeometry height="30" width="180" x="1460" y="786" as="geometry" />
+           <mxGeometry height="30" width="180" x="1406" y="786" as="geometry" />
        </mxCell>
        <mxCell id="V7DRn1bYesRj_FAgbpVT-36" parent="1" style="rounded=0;whiteSpace=wrap;html=1;fontFamily=Comic Sans MS;strokeWidth=0.5;strokeColor=#808080;align=left;verticalAlign=top;fontSize=10;" value="Clustering :&amp;nbsp;K-Means, DBSCAN&lt;br&gt;Dimensionality Reduction:&amp;nbsp;PCA" vertex="1">
-           <mxGeometry height="30" width="180" x="1460" y="739.5" as="geometry" />
+           <mxGeometry height="30" width="180" x="1406" y="739.5" as="geometry" />
        </mxCell>
        <mxCell id="V7DRn1bYesRj_FAgbpVT-37" parent="1" style="rounded=0;whiteSpace=wrap;html=1;fontFamily=Comic Sans MS;strokeWidth=0.5;strokeColor=#808080;align=left;verticalAlign=top;fontSize=10;" value="Regression :&amp;nbsp;Linear Regression&lt;div&gt;Classification : Logistic Regression, Decision Trees, Random Forest,SVM - Support Vector Machine&lt;/div&gt;" vertex="1">
-           <mxGeometry height="48" width="220" x="1460" y="679.25" as="geometry" />
+           <mxGeometry height="48" width="220" x="1406" y="679.25" as="geometry" />
        </mxCell>
        <mxCell id="V7DRn1bYesRj_FAgbpVT-39" edge="1" parent="1" source="V7DRn1bYesRj_FAgbpVT-22" style="endArrow=blockThin;html=1;rounded=0;strokeColor=#808080;endFill=1;strokeWidth=0.65;exitX=1;exitY=0.5;exitDx=0;exitDy=0;entryX=0;entryY=0.25;entryDx=0;entryDy=0;dashed=1;" target="V7DRn1bYesRj_FAgbpVT-37" value="">
          <mxGeometry height="50" relative="1" width="50" as="geometry">
-             <mxPoint x="1405" y="760" as="sourcePoint" />
-             <mxPoint x="1380" y="720" as="targetPoint" />
+             <mxPoint x="1351" y="760" as="sourcePoint" />
+             <mxPoint x="1326" y="720" as="targetPoint" />
          </mxGeometry>
        </mxCell>
        <mxCell id="V7DRn1bYesRj_FAgbpVT-40" edge="1" parent="1" source="V7DRn1bYesRj_FAgbpVT-23" style="endArrow=blockThin;html=1;rounded=0;strokeColor=#808080;endFill=1;strokeWidth=0.65;exitX=1;exitY=0.5;exitDx=0;exitDy=0;entryX=0;entryY=0.25;entryDx=0;entryDy=0;dashed=1;" target="V7DRn1bYesRj_FAgbpVT-36" value="">
          <mxGeometry height="50" relative="1" width="50" as="geometry">
-             <mxPoint x="1405" y="760" as="sourcePoint" />
-             <mxPoint x="1380" y="720" as="targetPoint" />
+             <mxPoint x="1351" y="760" as="sourcePoint" />
+             <mxPoint x="1326" y="720" as="targetPoint" />
          </mxGeometry>
        </mxCell>
        <mxCell id="V7DRn1bYesRj_FAgbpVT-41" edge="1" parent="1" source="V7DRn1bYesRj_FAgbpVT-24" style="endArrow=blockThin;html=1;rounded=0;strokeColor=#808080;endFill=1;strokeWidth=0.65;exitX=1;exitY=0.5;exitDx=0;exitDy=0;entryX=0;entryY=0.25;entryDx=0;entryDy=0;dashed=1;" target="V7DRn1bYesRj_FAgbpVT-35" value="">
          <mxGeometry height="50" relative="1" width="50" as="geometry">
-             <mxPoint x="1405" y="760" as="sourcePoint" />
-             <mxPoint x="1380" y="720" as="targetPoint" />
+             <mxPoint x="1351" y="760" as="sourcePoint" />
+             <mxPoint x="1326" y="720" as="targetPoint" />
          </mxGeometry>
        </mxCell>
        <mxCell id="V7DRn1bYesRj_FAgbpVT-42" edge="1" parent="1" source="V7DRn1bYesRj_FAgbpVT-25" style="endArrow=blockThin;html=1;rounded=0;strokeColor=#808080;endFill=1;strokeWidth=0.65;exitX=1;exitY=0.5;exitDx=0;exitDy=0;entryX=0;entryY=0.25;entryDx=0;entryDy=0;dashed=1;" target="V7DRn1bYesRj_FAgbpVT-33" value="">
          <mxGeometry height="50" relative="1" width="50" as="geometry">
-             <mxPoint x="1405" y="760" as="sourcePoint" />
-             <mxPoint x="1380" y="720" as="targetPoint" />
+             <mxPoint x="1351" y="760" as="sourcePoint" />
+             <mxPoint x="1326" y="720" as="targetPoint" />
          </mxGeometry>
        </mxCell>
        <mxCell id="V7DRn1bYesRj_FAgbpVT-44" parent="1" style="rounded=0;whiteSpace=wrap;html=1;fontFamily=Comic Sans MS;strokeWidth=0.5;strokeColor=#808080;align=left;verticalAlign=top;fontSize=10;" value="Feed datasets to the algorithm so it can learn. Continuous training helps the algorithm adjust its weights and improve its predictive capabilities" vertex="1">
-           <mxGeometry height="75" width="133" x="1100" y="720" as="geometry" />
+           <mxGeometry height="75" width="133" x="1046" y="720" as="geometry" />
        </mxCell>
        <mxCell id="V7DRn1bYesRj_FAgbpVT-45" edge="1" parent="1" source="V7DRn1bYesRj_FAgbpVT-9" style="endArrow=blockThin;html=1;rounded=0;strokeColor=#808080;endFill=1;strokeWidth=0.65;exitX=0.75;exitY=1;exitDx=0;exitDy=0;entryX=0.25;entryY=0;entryDx=0;entryDy=0;dashed=1;" target="V7DRn1bYesRj_FAgbpVT-44" value="">
          <mxGeometry height="50" relative="1" width="50" as="geometry">
-             <mxPoint x="1135" y="690" as="sourcePoint" />
-             <mxPoint x="1110" y="650" as="targetPoint" />
+             <mxPoint x="1081" y="690" as="sourcePoint" />
+             <mxPoint x="1056" y="650" as="targetPoint" />
          </mxGeometry>
        </mxCell>
        <mxCell id="V7DRn1bYesRj_FAgbpVT-46" parent="1" style="rounded=0;whiteSpace=wrap;html=1;fontFamily=Comic Sans MS;strokeWidth=0.5;strokeColor=#808080;align=left;verticalAlign=top;fontSize=10;" value="Adjust the &lt;u&gt;hyperparameters&lt;/u&gt; for optimization, helping the model achieve the highest possible accuracy" vertex="1">
-           <mxGeometry height="60" width="130" x="954" y="760" as="geometry" />
+           <mxGeometry height="60" width="130" x="900" y="760" as="geometry" />
        </mxCell>
        <mxCell id="V7DRn1bYesRj_FAgbpVT-47" edge="1" parent="1" source="V7DRn1bYesRj_FAgbpVT-11" style="endArrow=blockThin;html=1;rounded=0;strokeColor=#808080;endFill=1;strokeWidth=0.65;exitX=0.25;exitY=1;exitDx=0;exitDy=0;entryX=0.462;entryY=0.005;entryDx=0;entryDy=0;dashed=1;entryPerimeter=0;" target="V7DRn1bYesRj_FAgbpVT-46" value="">
          <mxGeometry height="50" relative="1" width="50" as="geometry">
-             <mxPoint x="1135" y="750" as="sourcePoint" />
-             <mxPoint x="1015.5" y="760" as="targetPoint" />
+             <mxPoint x="1081" y="750" as="sourcePoint" />
+             <mxPoint x="961.5" y="760" as="targetPoint" />
          </mxGeometry>
        </mxCell>
        <mxCell id="V7DRn1bYesRj_FAgbpVT-48" parent="1" style="text;html=1;whiteSpace=wrap;strokeColor=none;fillColor=none;align=center;verticalAlign=middle;rounded=0;fontFamily=Comic Sans MS;fontSize=8;" value="&lt;span style=&quot;background-color: rgb(204, 255, 204);&quot;&gt;Input Data&lt;/span&gt;" vertex="1">
-           <mxGeometry height="20" width="60" x="970" y="632.25" as="geometry" />
+           <mxGeometry height="20" width="60" x="916" y="632.25" as="geometry" />
        </mxCell>
        <mxCell id="V7DRn1bYesRj_FAgbpVT-49" parent="1" style="text;html=1;whiteSpace=wrap;strokeColor=none;fillColor=none;align=center;verticalAlign=middle;rounded=0;fontFamily=Comic Sans MS;fontSize=8;" value="&lt;span style=&quot;background-color: rgb(204, 255, 255);&quot;&gt;Problem Statement&lt;/span&gt;" vertex="1">
-           <mxGeometry height="20" width="90" x="970" y="621.25" as="geometry" />
+           <mxGeometry height="20" width="90" x="916" y="621.25" as="geometry" />
        </mxCell>
        <mxCell id="V7DRn1bYesRj_FAgbpVT-50" parent="1" style="text;html=1;whiteSpace=wrap;strokeColor=none;fillColor=none;align=center;verticalAlign=middle;rounded=0;fontFamily=Comic Sans MS;fontSize=8;" value="&lt;span style=&quot;background-color: rgb(255, 230, 204);&quot;&gt;Model Objective / Goal&lt;/span&gt;" vertex="1">
-           <mxGeometry height="16.75" width="110.5" x="1030.75" y="622.88" as="geometry" />
+           <mxGeometry height="16.75" width="110.5" x="976.75" y="622.88" as="geometry" />
        </mxCell>
        <mxCell id="V7DRn1bYesRj_FAgbpVT-51" parent="1" style="text;html=1;whiteSpace=wrap;strokeColor=none;fillColor=none;align=center;verticalAlign=middle;rounded=0;fontFamily=Comic Sans MS;fontSize=8;" value="&lt;span style=&quot;background-color: rgb(255, 255, 204);&quot;&gt;Features / Attributes&lt;/span&gt;" vertex="1">
-           <mxGeometry height="20" width="100" x="1005" y="633" as="geometry" />
+           <mxGeometry height="20" width="100" x="951" y="633" as="geometry" />
        </mxCell>
        <mxCell id="V7DRn1bYesRj_FAgbpVT-52" parent="1" style="text;html=1;whiteSpace=wrap;strokeColor=none;fillColor=none;align=center;verticalAlign=middle;rounded=0;fontFamily=Comic Sans MS;fontSize=8;" value="&lt;span style=&quot;background-color: rgb(255, 204, 230);&quot;&gt;Independent Variables&lt;/span&gt;" vertex="1">
-           <mxGeometry height="20" width="100" x="1077" y="633" as="geometry" />
+           <mxGeometry height="20" width="100" x="1023" y="633" as="geometry" />
        </mxCell>
        <mxCell id="V7DRn1bYesRj_FAgbpVT-53" parent="1" style="text;html=1;whiteSpace=wrap;strokeColor=none;fillColor=none;align=center;verticalAlign=middle;rounded=0;fontFamily=Comic Sans MS;fontSize=8;" value="&lt;span style=&quot;background-color: rgb(255, 204, 204);&quot;&gt;Target Variable&lt;/span&gt;" vertex="1">
-           <mxGeometry height="20" width="60" x="977" y="644" as="geometry" />
+           <mxGeometry height="20" width="60" x="923" y="644" as="geometry" />
        </mxCell>
        <mxCell id="V7DRn1bYesRj_FAgbpVT-54" parent="1" style="text;html=1;whiteSpace=wrap;strokeColor=none;fillColor=none;align=center;verticalAlign=middle;rounded=0;fontFamily=Comic Sans MS;fontSize=8;" value="&lt;span style=&quot;background-color: rgb(204, 255, 204);&quot;&gt;Label&lt;/span&gt;" vertex="1">
-           <mxGeometry height="12" width="25" x="1030.75" y="648" as="geometry" />
+           <mxGeometry height="12" width="25" x="976.75" y="648" as="geometry" />
        </mxCell>
        <mxCell id="V7DRn1bYesRj_FAgbpVT-55" parent="1" style="text;html=1;whiteSpace=wrap;strokeColor=none;fillColor=none;align=center;verticalAlign=middle;rounded=0;fontFamily=Comic Sans MS;fontSize=8;" value="&lt;span style=&quot;background-color: rgb(204, 204, 255);&quot;&gt;Expected Output&lt;/span&gt;" vertex="1">
-           <mxGeometry height="15" width="65" x="1049.5" y="646.5" as="geometry" />
+           <mxGeometry height="15" width="65" x="995.5" y="646.5" as="geometry" />
        </mxCell>
        <mxCell id="V7DRn1bYesRj_FAgbpVT-56" parent="1" style="text;html=1;whiteSpace=wrap;strokeColor=none;fillColor=none;align=center;verticalAlign=middle;rounded=0;fontFamily=Comic Sans MS;fontSize=8;" value="&lt;span style=&quot;background-color: rgb(204, 255, 255);&quot;&gt;Dependent Variable&lt;/span&gt;" vertex="1">
-           <mxGeometry height="18" width="75" x="1105" y="645" as="geometry" />
+           <mxGeometry height="18" width="75" x="1051" y="645" as="geometry" />
        </mxCell>
        <mxCell id="V7DRn1bYesRj_FAgbpVT-57" parent="1" style="text;html=1;whiteSpace=wrap;strokeColor=none;fillColor=none;align=center;verticalAlign=middle;rounded=0;fontFamily=Comic Sans MS;fontSize=8;" value="&lt;span style=&quot;background-color: rgb(204, 255, 204);&quot;&gt;Model artifact&lt;/span&gt;" vertex="1">
-           <mxGeometry height="15" width="60" x="1120" y="623.75" as="geometry" />
+           <mxGeometry height="15" width="60" x="1066" y="623.75" as="geometry" />
        </mxCell>
        <mxCell id="V7DRn1bYesRj_FAgbpVT-58" parent="1" style="text;html=1;whiteSpace=wrap;strokeColor=none;fillColor=none;align=center;verticalAlign=middle;rounded=0;fontSize=10;" value="&lt;font face=&quot;Comic Sans MS&quot; style=&quot;background-color: rgb(204, 204, 255);&quot;&gt;Inference&lt;/font&gt;" vertex="1">
          <mxGeometry height="13.5" width="50" x="773" y="575" as="geometry" />
        </mxCell>
      </root>
    </mxGraphModel>
  </diagram>
</mxfile>
